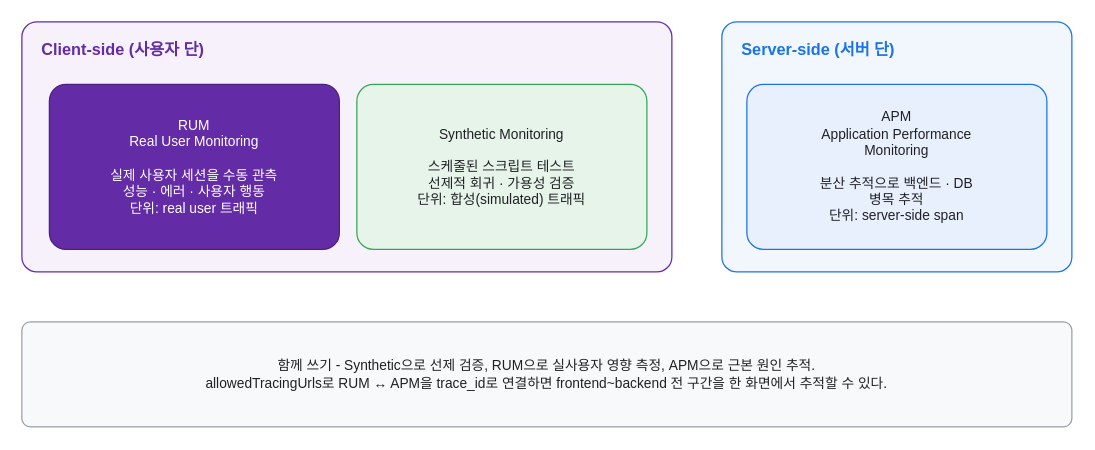
This is assets/img/observability/datadog-rum-03-positioning.drawio from KKamJi98/kkamji98.github.io, a draw.io file, before an edit. Source tidied: cells renumbered, new cells numbered last; positions are measured from the earlier drawing's top-left corner, leaving out a move shared by most shapes. Both pictures are drawn from the tidied source at 125%, with x=0, y=0 at pixel (21, 21).
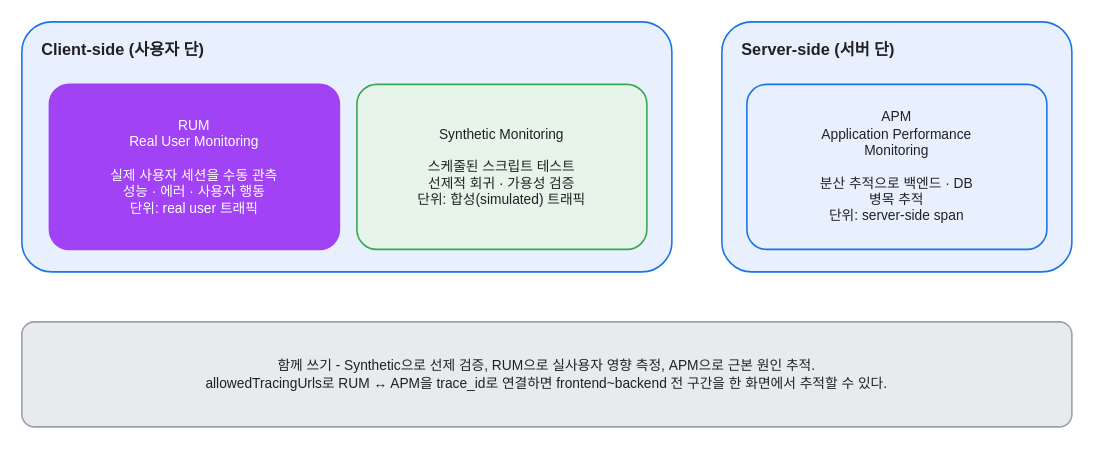
The same page after the edit.

Diff of the diagram source:
```diff
@@
 <mxGraphModel background="#FFFFFF">
   <root>
     <mxCell id="0" />
     <mxCell id="1" parent="0" />
-    <mxCell id="2" value="Client-side (사용자 단)" style="rounded=1;whiteSpace=wrap;html=0;arcSize=6;shadow=0;fillColor=#F6F1FB;strokeColor=#632CA6;fontColor=#632CA6;fontSize=13;fontStyle=1;verticalAlign=top;align=left;spacingTop=8;spacingLeft=14;" parent="1" vertex="1">
+    <mxCell id="2" value="Client-side (사용자 단)" style="rounded=1;whiteSpace=wrap;html=0;arcSize=12;shadow=0;fillColor=#E8F0FE;strokeColor=#1A73E8;fontColor=#202124;fontSize=13;fontStyle=1;verticalAlign=top;align=left;spacingTop=8;spacingLeft=14;strokeWidth=1.25;" parent="1" vertex="1">
       <mxGeometry width="520" height="200" as="geometry" />
     </mxCell>
-    <mxCell id="3" value="Server-side (서버 단)" style="rounded=1;whiteSpace=wrap;html=0;arcSize=6;shadow=0;fillColor=#F2F7FE;strokeColor=#1A73E8;fontColor=#1A73E8;fontSize=13;fontStyle=1;verticalAlign=top;align=left;spacingTop=8;spacingLeft=14;" parent="1" vertex="1">
+    <mxCell id="3" value="Server-side (서버 단)" style="rounded=1;whiteSpace=wrap;html=0;arcSize=12;shadow=0;fillColor=#E8F0FE;strokeColor=#1A73E8;fontColor=#202124;fontSize=13;fontStyle=1;verticalAlign=top;align=left;spacingTop=8;spacingLeft=14;strokeWidth=1.25;" parent="1" vertex="1">
       <mxGeometry x="560" width="280" height="200" as="geometry" />
     </mxCell>
-    <mxCell id="4" value="RUM&#10;Real User Monitoring&#10;&#10;실제 사용자 세션을 수동 관측&#10;성능 · 에러 · 사용자 행동&#10;단위: real user 트래픽" style="rounded=1;whiteSpace=wrap;html=0;arcSize=10;shadow=0;fillColor=#632CA6;strokeColor=#4B2080;fontColor=#FFFFFF;fontSize=11;verticalAlign=middle;align=center;" parent="1" vertex="1">
+    <mxCell id="4" value="RUM&#10;Real User Monitoring&#10;&#10;실제 사용자 세션을 수동 관측&#10;성능 · 에러 · 사용자 행동&#10;단위: real user 트래픽" style="rounded=1;whiteSpace=wrap;html=0;arcSize=12;shadow=0;fillColor=#A142F4;strokeColor=#A142F4;fontColor=#FFFFFF;fontSize=11;verticalAlign=middle;align=center;strokeWidth=1.25;" parent="1" vertex="1">
       <mxGeometry x="22" y="50" width="232" height="132" as="geometry" />
     </mxCell>
-    <mxCell id="5" value="Synthetic Monitoring&#10;&#10;스케줄된 스크립트 테스트&#10;선제적 회귀 · 가용성 검증&#10;단위: 합성(simulated) 트래픽" style="rounded=1;whiteSpace=wrap;html=0;arcSize=10;shadow=0;fillColor=#E6F4EA;strokeColor=#34A853;fontColor=#202124;fontSize=11;verticalAlign=middle;align=center;" parent="1" vertex="1">
+    <mxCell id="5" value="Synthetic Monitoring&#10;&#10;스케줄된 스크립트 테스트&#10;선제적 회귀 · 가용성 검증&#10;단위: 합성(simulated) 트래픽" style="rounded=1;whiteSpace=wrap;html=0;arcSize=12;shadow=0;fillColor=#E6F4EA;strokeColor=#34A853;fontColor=#202124;fontSize=11;verticalAlign=middle;align=center;strokeWidth=1.25;" parent="1" vertex="1">
       <mxGeometry x="268" y="50" width="232" height="132" as="geometry" />
     </mxCell>
-    <mxCell id="6" value="APM&#10;Application Performance&#10;Monitoring&#10;&#10;분산 추적으로 백엔드 · DB&#10;병목 추적&#10;단위: server-side span" style="rounded=1;whiteSpace=wrap;html=0;arcSize=10;shadow=0;fillColor=#E8F0FE;strokeColor=#1A73E8;fontColor=#202124;fontSize=11;verticalAlign=middle;align=center;" parent="1" vertex="1">
+    <mxCell id="6" value="APM&#10;Application Performance&#10;Monitoring&#10;&#10;분산 추적으로 백엔드 · DB&#10;병목 추적&#10;단위: server-side span" style="rounded=1;whiteSpace=wrap;html=0;arcSize=12;shadow=0;fillColor=#E8F0FE;strokeColor=#1A73E8;fontColor=#202124;fontSize=11;verticalAlign=middle;align=center;strokeWidth=1.25;" parent="1" vertex="1">
       <mxGeometry x="580" y="50" width="240" height="132" as="geometry" />
     </mxCell>
-    <mxCell id="7" value="함께 쓰기 - Synthetic으로 선제 검증, RUM으로 실사용자 영향 측정, APM으로 근본 원인 추적.&#10;allowedTracingUrls로 RUM ↔ APM을 trace_id로 연결하면 frontend~backend 전 구간을 한 화면에서 추적할 수 있다." style="rounded=1;whiteSpace=wrap;html=0;arcSize=8;shadow=0;fillColor=#F8F9FA;strokeColor=#9AA0A6;fontColor=#202124;fontSize=11;verticalAlign=middle;align=center;" parent="1" vertex="1">
+    <mxCell id="7" value="함께 쓰기 - Synthetic으로 선제 검증, RUM으로 실사용자 영향 측정, APM으로 근본 원인 추적.&#10;allowedTracingUrls로 RUM ↔ APM을 trace_id로 연결하면 frontend~backend 전 구간을 한 화면에서 추적할 수 있다." style="rounded=1;whiteSpace=wrap;html=0;arcSize=12;shadow=0;fillColor=#E8EAED;strokeColor=#9AA0A6;fontColor=#202124;fontSize=11;verticalAlign=middle;align=center;strokeWidth=1.25;" parent="1" vertex="1">
       <mxGeometry y="240" width="840" height="84" as="geometry" />
     </mxCell>
   </root>
 </mxGraphModel>
```
